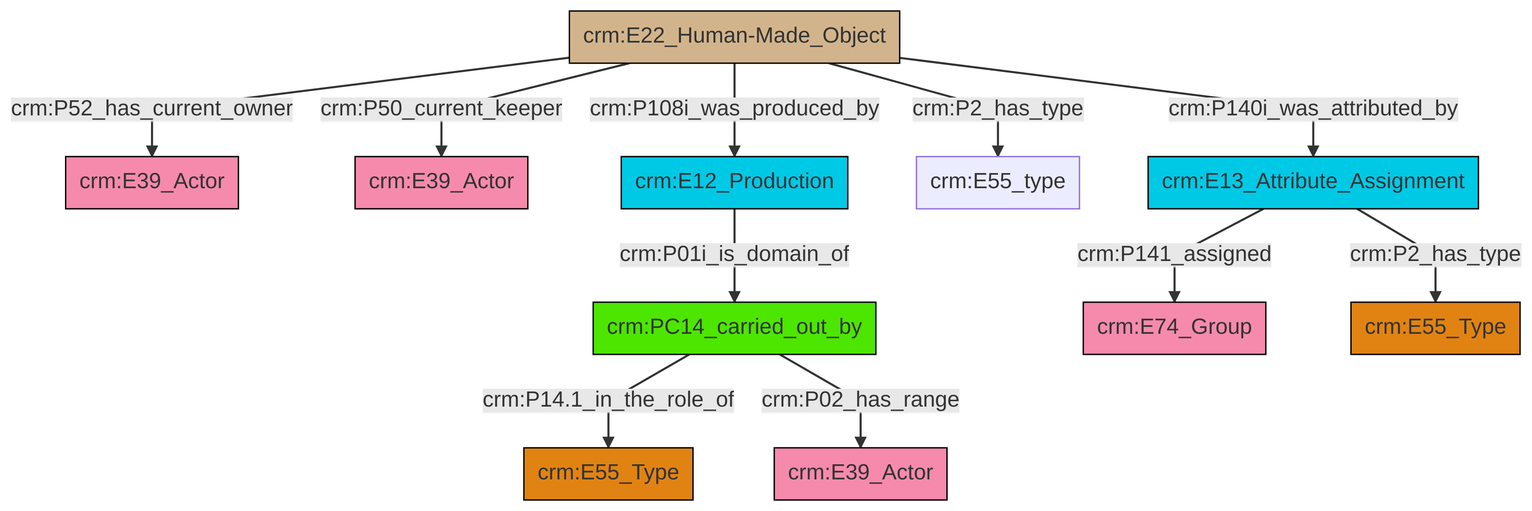
Before: et/artworkCSV/ttl/mmd/png/Artwork_Actor_Relations.png, a diagram exported from Mermaid (swiss-art-research-net/reference-data-models). Its source is kept beside it as et/artworkCSV/ttl/mmd/Artwork_Actor_Relations.ttl.mmd.
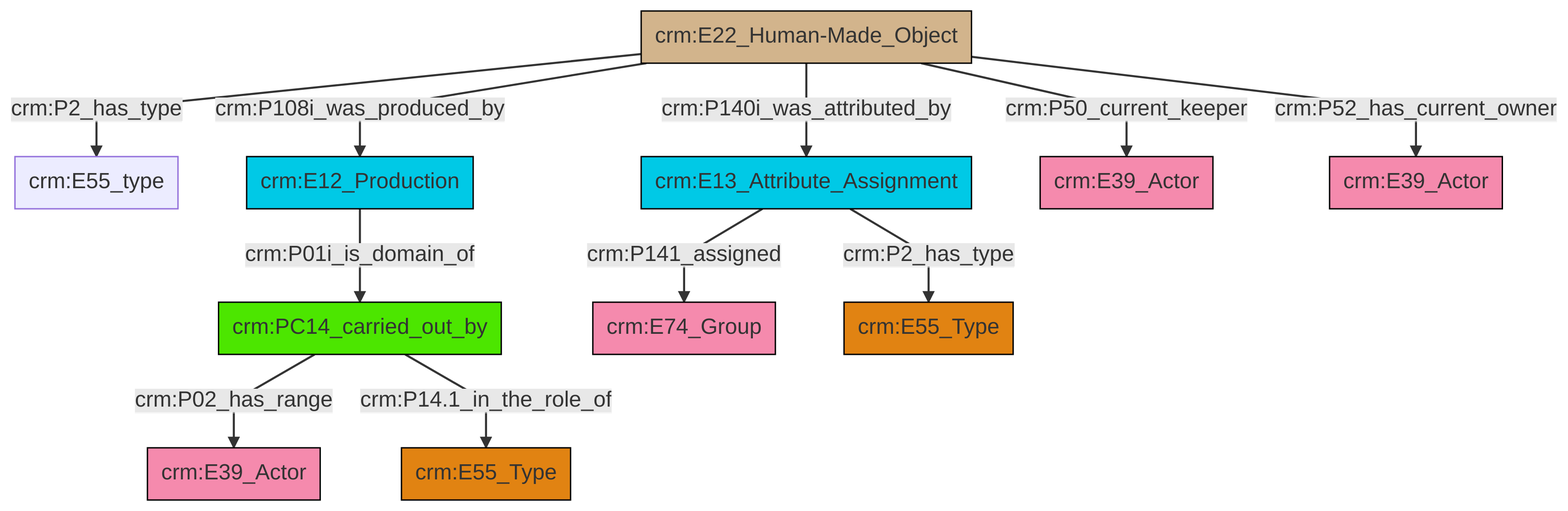
After the commit.

What changed in the source:
```diff
@@ -13,13 +13,13 @@
 classDef PC_Classes fill:#4ce600, stroke:#000000;
 classDef Multi fill:#cccccc,stroke:#000000;
 
-0["crm:PC14_carried_out_by"]:::PC_Classes -->|crm:P14.1_in_the_role_of| 1["crm:E55_Type"]:::Type
-2["crm:E22_Human-Made_Object"]:::Physical_Thing -->|crm:P52_has_current_owner| 3["crm:E39_Actor"]:::Actor
-2["crm:E22_Human-Made_Object"]:::Physical_Thing -->|crm:P140i_was_attributed_by| 6["crm:E13_Attribute_Assignment"]:::Temporal_Entity
-0["crm:PC14_carried_out_by"]:::PC_Classes -->|crm:P02_has_range| 16["crm:E39_Actor"]:::Actor
-6["crm:E13_Attribute_Assignment"]:::Temporal_Entity -->|crm:P141_assigned| 7["crm:E74_Group"]:::Actor
-2["crm:E22_Human-Made_Object"]:::Physical_Thing -->|crm:P2_has_type| 18["crm:E55_type"]:::Default
-2["crm:E22_Human-Made_Object"]:::Physical_Thing -->|crm:P50_current_keeper| 4["crm:E39_Actor"]:::Actor
-19["crm:E12_Production"]:::Temporal_Entity -->|crm:P01i_is_domain_of| 0["crm:PC14_carried_out_by"]:::PC_Classes
-6["crm:E13_Attribute_Assignment"]:::Temporal_Entity -->|crm:P2_has_type| 9["crm:E55_Type"]:::Type
-2["crm:E22_Human-Made_Object"]:::Physical_Thing -->|crm:P108i_was_produced_by| 19["crm:E12_Production"]:::Temporal_Entity
+0["crm:E22_Human-Made_Object"]:::Physical_Thing -->|crm:P2_has_type| 1["crm:E55_type"]:::Default
+2["crm:E12_Production"]:::Temporal_Entity -->|crm:P01i_is_domain_of| 3["crm:PC14_carried_out_by"]:::PC_Classes
+4["crm:E13_Attribute_Assignment"]:::Temporal_Entity -->|crm:P141_assigned| 5["crm:E74_Group"]:::Actor
+3["crm:PC14_carried_out_by"]:::PC_Classes -->|crm:P02_has_range| 9["crm:E39_Actor"]:::Actor
+0["crm:E22_Human-Made_Object"]:::Physical_Thing -->|crm:P50_current_keeper| 12["crm:E39_Actor"]:::Actor
+0["crm:E22_Human-Made_Object"]:::Physical_Thing -->|crm:P108i_was_produced_by| 2["crm:E12_Production"]:::Temporal_Entity
+0["crm:E22_Human-Made_Object"]:::Physical_Thing -->|crm:P52_has_current_owner| 15["crm:E39_Actor"]:::Actor
+4["crm:E13_Attribute_Assignment"]:::Temporal_Entity -->|crm:P2_has_type| 7["crm:E55_Type"]:::Type
+0["crm:E22_Human-Made_Object"]:::Physical_Thing -->|crm:P140i_was_attributed_by| 4["crm:E13_Attribute_Assignment"]:::Temporal_Entity
+3["crm:PC14_carried_out_by"]:::PC_Classes -->|crm:P14.1_in_the_role_of| 10["crm:E55_Type"]:::Type
```
